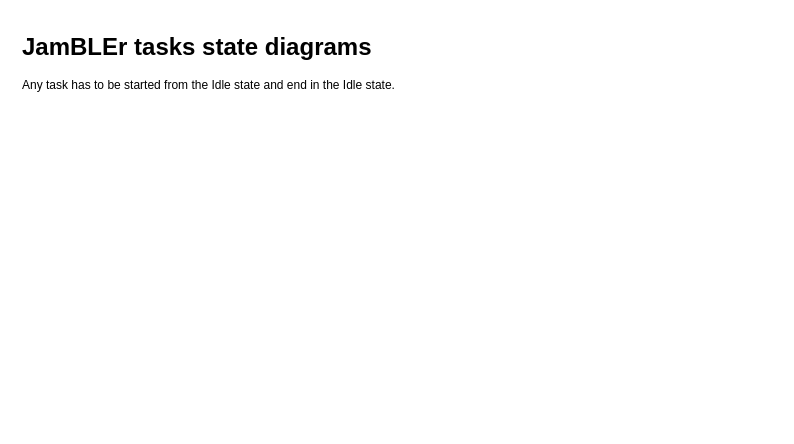
Before: page "Introduction" (1 of 2) of diagrams/jambler_tasks_state_diagrams.drawio in ThomasBamelis/jambler-nRF52, a draw.io diagram. Source tidied: cells renumbered, new cells numbered last; positions are measured from the earlier drawing's top-left corner, leaving out a move shared by most shapes. Both pictures are drawn from the tidied source at 100%, with x=0, y=0 at pixel (17, 27).
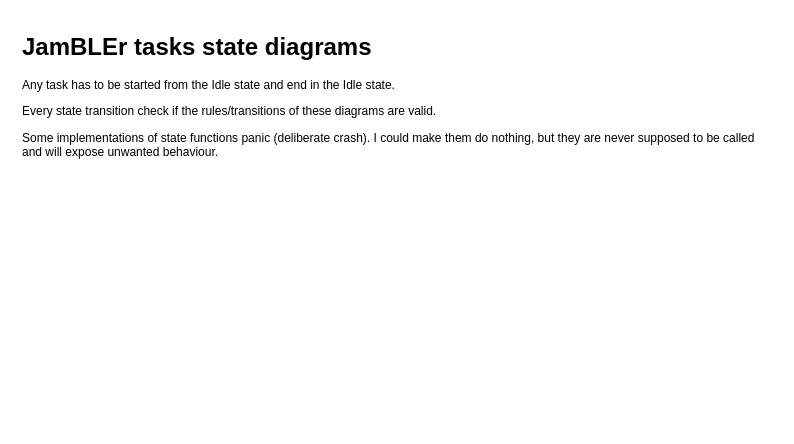
The same page after the edit.

What changed in the source:
```diff
@@
 <mxGraphModel>
   <root>
     <mxCell id="0" />
     <mxCell id="1" parent="0" />
-    <mxCell id="2" value="&lt;h1&gt;JamBLEr tasks state diagrams&lt;/h1&gt;&lt;p&gt;Any task has to be started from the Idle state and end in the Idle state.&lt;/p&gt;" style="text;html=1;strokeColor=none;fillColor=none;spacing=5;spacingTop=-20;whiteSpace=wrap;overflow=hidden;rounded=0;" parent="1" vertex="1">
+    <mxCell id="2" value="&lt;h1&gt;JamBLEr tasks state diagrams&lt;/h1&gt;&lt;p&gt;Any task has to be started from the Idle state and end in the Idle state.&lt;/p&gt;&lt;p&gt;Every state transition check if the rules/transitions of these diagrams are valid.&lt;/p&gt;&lt;p&gt;Some implementations of state functions panic (deliberate crash). I could make them do nothing, but they are never supposed to be called and will expose unwanted behaviour.&amp;nbsp;&lt;/p&gt;" style="text;html=1;strokeColor=none;fillColor=none;spacing=5;spacingTop=-20;whiteSpace=wrap;overflow=hidden;rounded=0;" parent="1" vertex="1">
       <mxGeometry width="760" height="400" as="geometry" />
     </mxCell>
   </root>
 </mxGraphModel>
```
